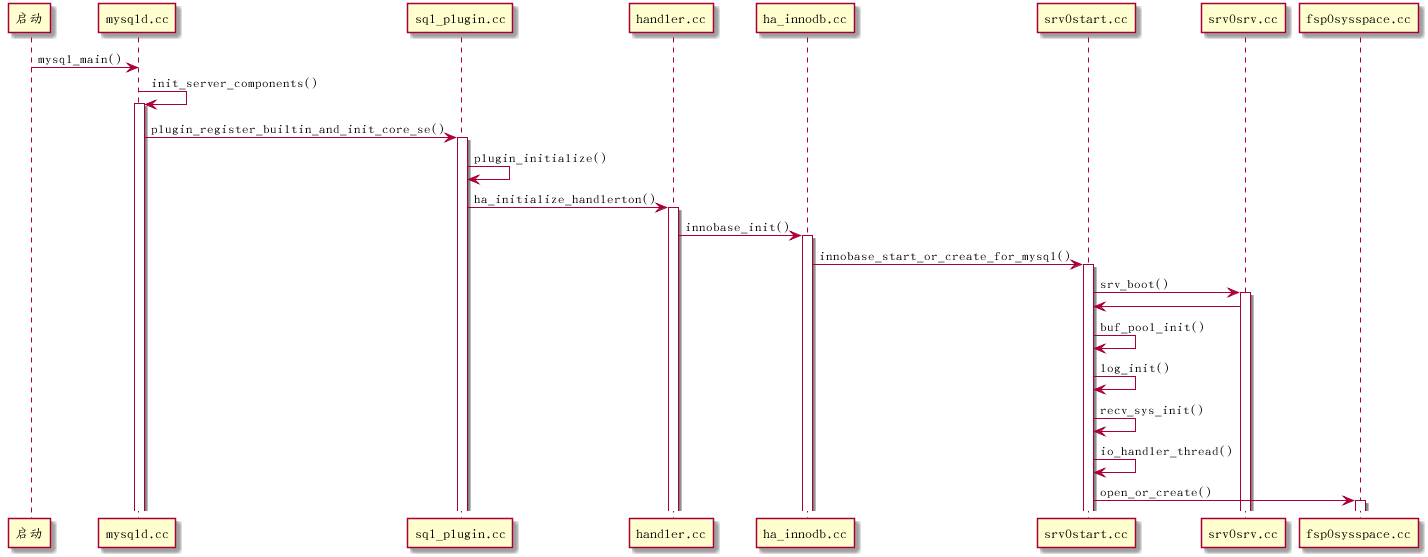
This is it/mysql/mysqlSource/images/innodb_summary.png from wult/org_doc, a PlantUML export, as it was before one commit.
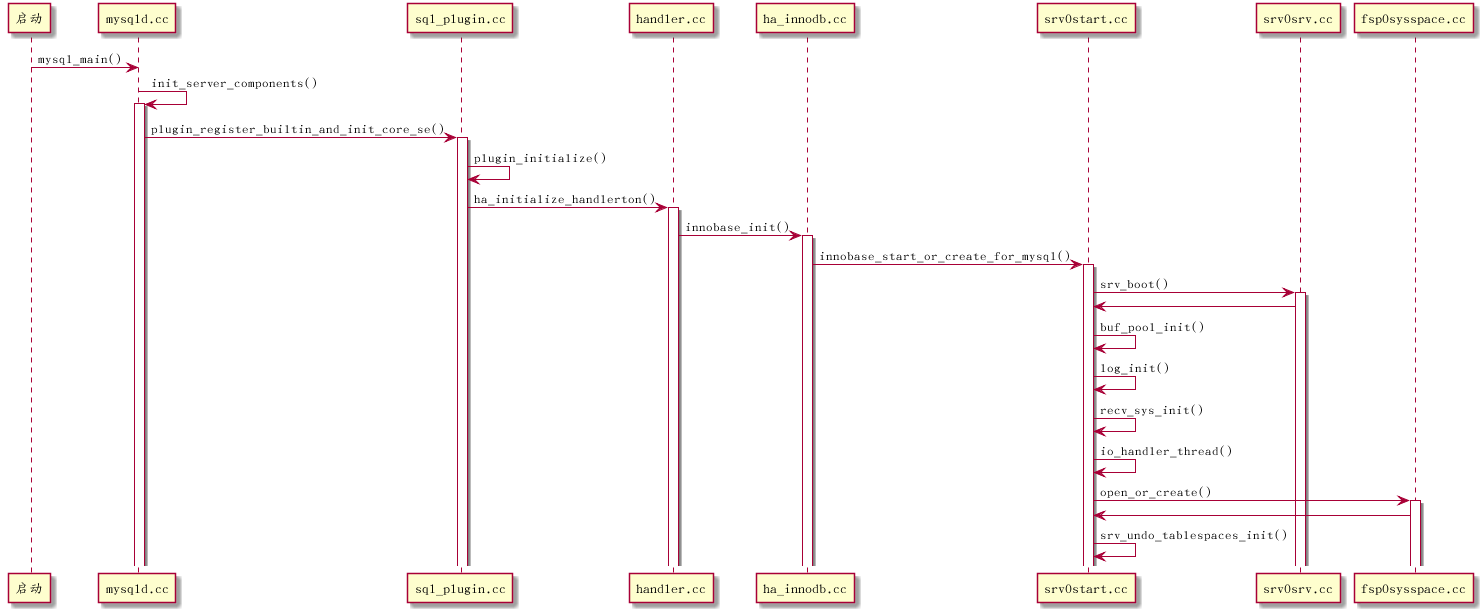
Above is the later version.

Change to the diagram source:
```diff
@@ -20,4 +20,6 @@
 srv0start.cc -> srv0start.cc : io_handler_thread()
 srv0start.cc -> fsp0sysspace.cc : open_or_create()
 activate fsp0sysspace.cc
+fsp0sysspace.cc -> srv0start.cc :
+srv0start.cc -> srv0start.cc : srv_undo_tablespaces_init()
 @enduml
```
